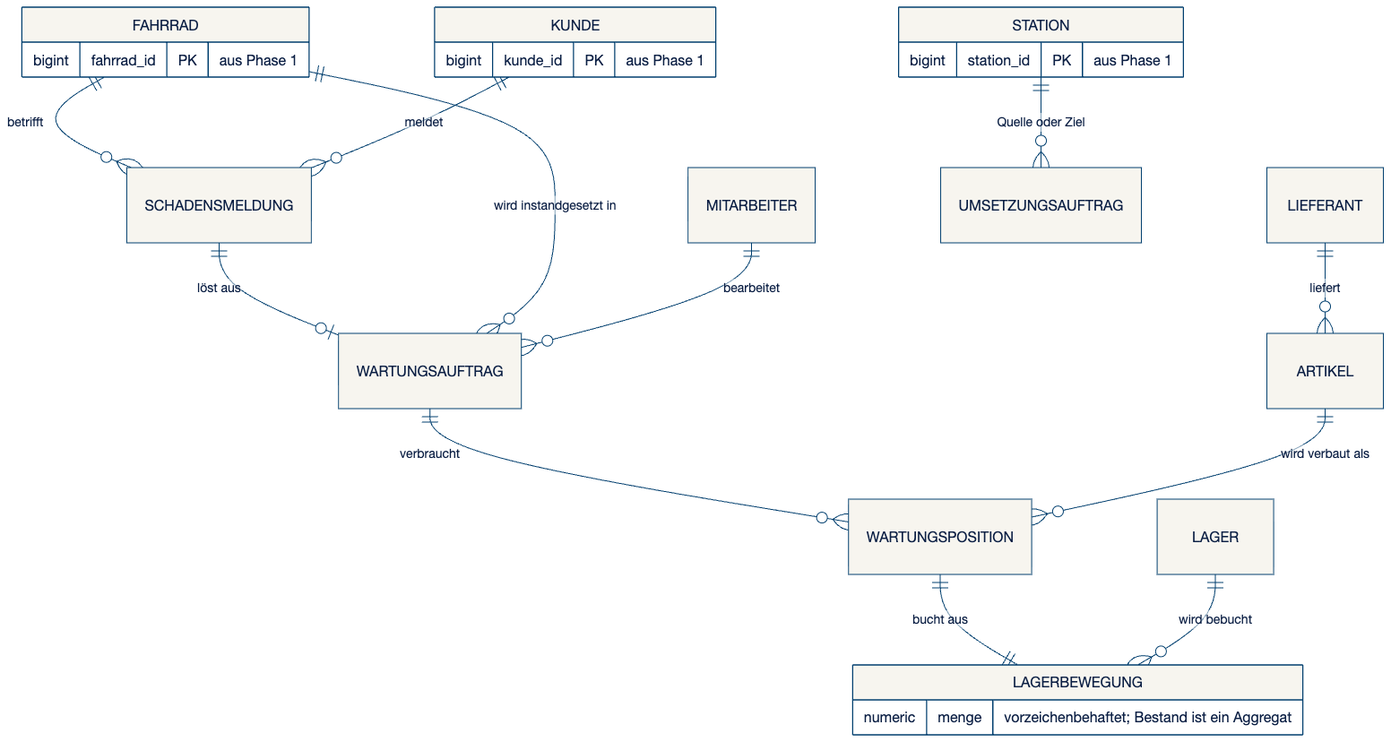
The Mermaid diagram slides/assets/wawi-anschluss.png in swrobuts/velocity-fallstudie, before a commit. Its source is kept beside it as doku/datenmodell/erd/wawi-anschluss.mmd. Source of this version:
```mermaid
erDiagram
    FAHRRAD       ||--o{ SCHADENSMELDUNG  : "betrifft"
    KUNDE         ||--o{ SCHADENSMELDUNG  : "meldet"
    SCHADENSMELDUNG ||--o| WARTUNGSAUFTRAG : "löst aus"
    FAHRRAD       ||--o{ WARTUNGSAUFTRAG  : "wird instandgesetzt in"
    MITARBEITER   ||--o{ WARTUNGSAUFTRAG  : "bearbeitet"
    WARTUNGSAUFTRAG ||--o{ WARTUNGSPOSITION : "verbraucht"
    ARTIKEL       ||--o{ WARTUNGSPOSITION : "wird verbaut als"
    WARTUNGSPOSITION ||--|| LAGERBEWEGUNG : "bucht aus"
    LIEFERANT     ||--o{ ARTIKEL          : "liefert"
    LAGER         ||--o{ LAGERBEWEGUNG    : "wird bebucht"
    STATION       ||--o{ UMSETZUNGSAUFTRAG : "Quelle oder Ziel"

    FAHRRAD     { bigint fahrrad_id PK "aus Phase 1" }
    KUNDE       { bigint kunde_id PK "aus Phase 1" }
    STATION     { bigint station_id PK "aus Phase 1" }
    LAGERBEWEGUNG { numeric menge "vorzeichenbehaftet; Bestand ist ein Aggregat" }
```
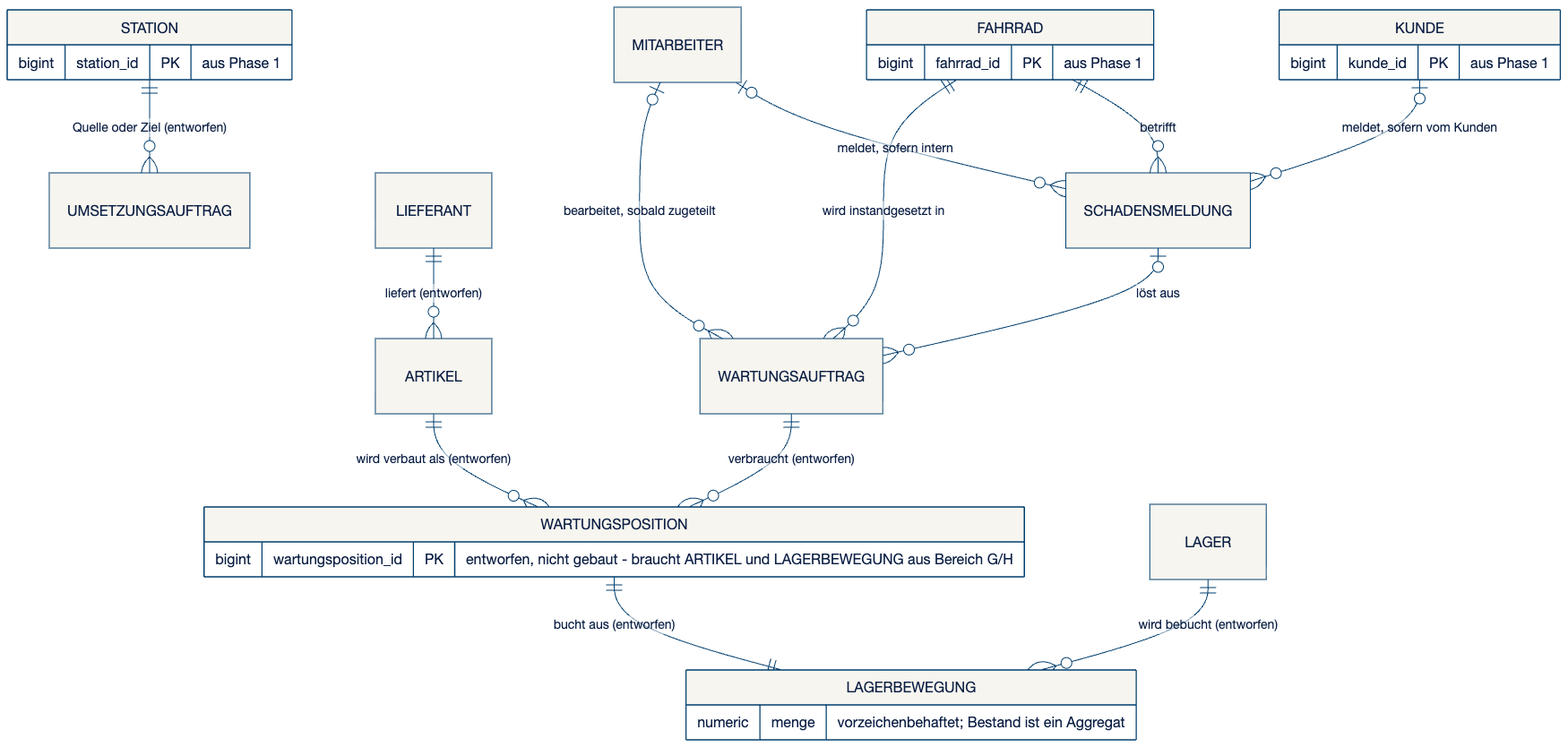
The same file after the commit.

Change to the diagram source:
```diff
@@ -1,17 +1,19 @@
 erDiagram
     FAHRRAD       ||--o{ SCHADENSMELDUNG  : "betrifft"
-    KUNDE         ||--o{ SCHADENSMELDUNG  : "meldet"
-    SCHADENSMELDUNG ||--o| WARTUNGSAUFTRAG : "löst aus"
+    KUNDE         |o--o{ SCHADENSMELDUNG  : "meldet, sofern vom Kunden"
+    MITARBEITER   |o--o{ SCHADENSMELDUNG  : "meldet, sofern intern"
+    SCHADENSMELDUNG |o--o{ WARTUNGSAUFTRAG : "löst aus"
     FAHRRAD       ||--o{ WARTUNGSAUFTRAG  : "wird instandgesetzt in"
-    MITARBEITER   ||--o{ WARTUNGSAUFTRAG  : "bearbeitet"
-    WARTUNGSAUFTRAG ||--o{ WARTUNGSPOSITION : "verbraucht"
-    ARTIKEL       ||--o{ WARTUNGSPOSITION : "wird verbaut als"
-    WARTUNGSPOSITION ||--|| LAGERBEWEGUNG : "bucht aus"
-    LIEFERANT     ||--o{ ARTIKEL          : "liefert"
-    LAGER         ||--o{ LAGERBEWEGUNG    : "wird bebucht"
-    STATION       ||--o{ UMSETZUNGSAUFTRAG : "Quelle oder Ziel"
+    MITARBEITER   |o--o{ WARTUNGSAUFTRAG  : "bearbeitet, sobald zugeteilt"
+    WARTUNGSAUFTRAG ||--o{ WARTUNGSPOSITION : "verbraucht (entworfen)"
+    ARTIKEL       ||--o{ WARTUNGSPOSITION : "wird verbaut als (entworfen)"
+    WARTUNGSPOSITION ||--|| LAGERBEWEGUNG : "bucht aus (entworfen)"
+    LIEFERANT     ||--o{ ARTIKEL          : "liefert (entworfen)"
+    LAGER         ||--o{ LAGERBEWEGUNG    : "wird bebucht (entworfen)"
+    STATION       ||--o{ UMSETZUNGSAUFTRAG : "Quelle oder Ziel (entworfen)"
 
     FAHRRAD     { bigint fahrrad_id PK "aus Phase 1" }
     KUNDE       { bigint kunde_id PK "aus Phase 1" }
     STATION     { bigint station_id PK "aus Phase 1" }
+    WARTUNGSPOSITION { bigint wartungsposition_id PK "entworfen, nicht gebaut - braucht ARTIKEL und LAGERBEWEGUNG aus Bereich G/H" }
     LAGERBEWEGUNG { numeric menge "vorzeichenbehaftet; Bestand ist ein Aggregat" }
```
